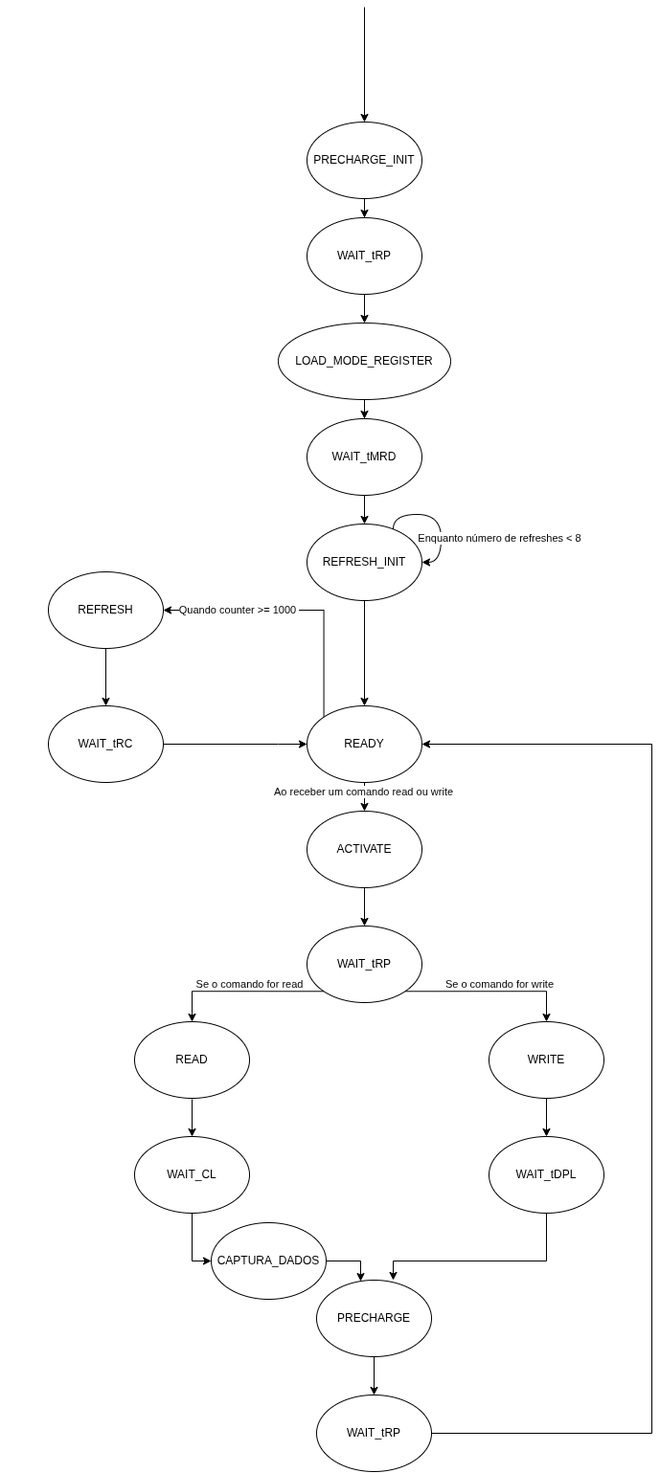
This is DRAM_CONTROLLER/SCHEMAS/DRAM Controller State Machine.png from Okynaua/MC613, a draw.io export, as it was before one commit. Source tidied: cells renumbered, new cells last; positions are measured from the earlier drawing's top-left corner, leaving out a move shared by most shapes. Its diagram source:
```xml
<mxGraphModel>
  <root>
    <mxCell id="0" />
    <mxCell id="1" parent="0" />
    <mxCell id="2" style="ellipse;whiteSpace=wrap;html=1;fillColor=light-dark(#FFFFFF,#FFFFFF);" parent="1" vertex="1">
      <mxGeometry y="1420" width="5" as="geometry" />
    </mxCell>
    <mxCell id="3" style="edgeStyle=orthogonalEdgeStyle;rounded=0;jettySize=auto;html=1;exitX=0.5;exitY=1;exitDx=0;exitDy=0;entryX=0.5;entryY=0;entryDx=0;entryDy=0;" parent="1" edge="1" target="7">
      <mxGeometry relative="1" as="geometry">
        <mxPoint x="380" y="620" as="sourcePoint" />
      </mxGeometry>
    </mxCell>
    <mxCell id="4" value="Quando counter &amp;gt;= 1000&amp;nbsp;" style="edgeStyle=orthogonalEdgeStyle;rounded=0;jettySize=auto;html=1;exitX=0;exitY=0;exitDx=0;exitDy=0;entryX=1;entryY=0.5;entryDx=0;entryDy=0;" parent="1" edge="1" source="7" target="20">
      <mxGeometry x="0.43" relative="1" as="geometry">
        <Array as="points">
          <mxPoint x="338" y="630" />
        </Array>
      </mxGeometry>
    </mxCell>
    <mxCell id="5" style="edgeStyle=orthogonalEdgeStyle;rounded=0;jettySize=auto;html=1;exitX=0.5;exitY=1;exitDx=0;exitDy=0;entryX=0.5;entryY=0;entryDx=0;entryDy=0;" parent="1" edge="1" source="7" target="28">
      <mxGeometry relative="1" as="geometry" />
    </mxCell>
    <mxCell id="6" value="Ao receber um comando read ou write" style="edgeLabel;html=1;align=center;verticalAlign=middle;" parent="5" vertex="1">
      <mxGeometry x="-0.34" y="-2" relative="1" as="geometry" />
    </mxCell>
    <mxCell id="7" value="READY" style="ellipse;whiteSpace=wrap;html=1;" parent="1" vertex="1">
      <mxGeometry x="320" y="730" width="120" height="80" as="geometry" />
    </mxCell>
    <mxCell id="8" style="edgeStyle=orthogonalEdgeStyle;rounded=0;jettySize=auto;html=1;exitX=0;exitY=1;exitDx=0;exitDy=0;entryX=0.5;entryY=0;entryDx=0;entryDy=0;" parent="1" edge="1" source="12" target="14">
      <mxGeometry relative="1" as="geometry" />
    </mxCell>
    <mxCell id="9" value="&lt;div&gt;&lt;span style=&quot;background-color: light-dark(#ffffff, var(--ge-dark-color, #121212)); color: light-dark(rgb(0, 0, 0), rgb(255, 255, 255));&quot;&gt;Se o comando for read&lt;/span&gt;&lt;/div&gt;" style="edgeLabel;html=1;align=center;verticalAlign=middle;" parent="8" vertex="1">
      <mxGeometry x="-0.58" y="-1" relative="1" as="geometry">
        <mxPoint x="-43" y="-7" as="offset" />
      </mxGeometry>
    </mxCell>
    <mxCell id="10" style="edgeStyle=orthogonalEdgeStyle;rounded=0;jettySize=auto;html=1;exitX=1;exitY=1;exitDx=0;exitDy=0;entryX=0.5;entryY=0;entryDx=0;entryDy=0;" parent="1" edge="1" source="12" target="16">
      <mxGeometry relative="1" as="geometry">
        <Array as="points">
          <mxPoint x="570" y="1028" />
        </Array>
      </mxGeometry>
    </mxCell>
    <mxCell id="11" value="&lt;div&gt;&lt;span style=&quot;background-color: light-dark(#ffffff, var(--ge-dark-color, #121212)); color: light-dark(rgb(0, 0, 0), rgb(255, 255, 255));&quot;&gt;Se o comando for write&lt;/span&gt;&lt;/div&gt;" style="edgeLabel;html=1;align=center;verticalAlign=middle;" parent="10" vertex="1">
      <mxGeometry x="-0.07" y="1" relative="1" as="geometry">
        <mxPoint x="13" y="-7" as="offset" />
      </mxGeometry>
    </mxCell>
    <mxCell id="12" value="WAIT_tRP" style="ellipse;whiteSpace=wrap;html=1;" parent="1" vertex="1">
      <mxGeometry x="320" y="960" width="120" height="80" as="geometry" />
    </mxCell>
    <mxCell id="13" style="edgeStyle=orthogonalEdgeStyle;rounded=0;jettySize=auto;html=1;entryX=0.5;entryY=0;entryDx=0;entryDy=0;" parent="1" edge="1" target="25">
      <mxGeometry relative="1" as="geometry">
        <mxPoint x="200" y="1141" as="sourcePoint" />
        <Array as="points">
          <mxPoint x="200" y="1141" />
        </Array>
      </mxGeometry>
    </mxCell>
    <mxCell id="14" value="READ" style="ellipse;whiteSpace=wrap;html=1;" parent="1" vertex="1">
      <mxGeometry x="140" y="1060" width="120" height="80" as="geometry" />
    </mxCell>
    <mxCell id="15" style="edgeStyle=orthogonalEdgeStyle;rounded=0;jettySize=auto;html=1;exitX=0.5;exitY=1;exitDx=0;exitDy=0;entryX=0.5;entryY=0;entryDx=0;entryDy=0;" parent="1" edge="1" source="16" target="23">
      <mxGeometry relative="1" as="geometry" />
    </mxCell>
    <mxCell id="16" value="WRITE" style="ellipse;whiteSpace=wrap;html=1;" parent="1" vertex="1">
      <mxGeometry x="510" y="1060" width="120" height="80" as="geometry" />
    </mxCell>
    <mxCell id="17" style="edgeStyle=orthogonalEdgeStyle;rounded=0;jettySize=auto;html=1;" parent="1" edge="1" source="18" target="38">
      <mxGeometry relative="1" as="geometry" />
    </mxCell>
    <mxCell id="18" value="PRECHARGE" style="ellipse;whiteSpace=wrap;html=1;" parent="1" vertex="1">
      <mxGeometry x="330" y="1330" width="120" height="80" as="geometry" />
    </mxCell>
    <mxCell id="19" style="edgeStyle=orthogonalEdgeStyle;rounded=0;jettySize=auto;html=1;entryX=0.5;entryY=0;entryDx=0;entryDy=0;exitX=0.5;exitY=1;exitDx=0;exitDy=0;" parent="1" edge="1" source="20" target="22">
      <mxGeometry relative="1" as="geometry">
        <Array as="points">
          <mxPoint x="110" y="730" />
          <mxPoint x="110" y="730" />
        </Array>
      </mxGeometry>
    </mxCell>
    <mxCell id="20" value="REFRESH" style="ellipse;whiteSpace=wrap;html=1;" parent="1" vertex="1">
      <mxGeometry x="50" y="590" width="120" height="80" as="geometry" />
    </mxCell>
    <mxCell id="21" style="edgeStyle=orthogonalEdgeStyle;rounded=0;jettySize=auto;html=1;entryX=0;entryY=0.5;entryDx=0;entryDy=0;" parent="1" edge="1" source="22" target="7">
      <mxGeometry relative="1" as="geometry">
        <Array as="points">
          <mxPoint x="290" y="770" />
          <mxPoint x="290" y="770" />
        </Array>
      </mxGeometry>
    </mxCell>
    <mxCell id="22" value="WAIT_tRC" style="ellipse;whiteSpace=wrap;html=1;" parent="1" vertex="1">
      <mxGeometry x="50" y="730" width="120" height="80" as="geometry" />
    </mxCell>
    <mxCell id="23" value="WAIT_tDPL" style="ellipse;whiteSpace=wrap;html=1;" parent="1" vertex="1">
      <mxGeometry x="510" y="1180" width="120" height="80" as="geometry" />
    </mxCell>
    <mxCell id="24" style="edgeStyle=orthogonalEdgeStyle;rounded=0;jettySize=auto;html=1;exitX=0.5;exitY=1;exitDx=0;exitDy=0;" parent="1" edge="1" source="23">
      <mxGeometry relative="1" as="geometry">
        <mxPoint x="410" y="1330" as="targetPoint" />
        <Array as="points">
          <mxPoint x="570" y="1310" />
          <mxPoint x="410" y="1310" />
        </Array>
      </mxGeometry>
    </mxCell>
    <mxCell id="25" value="WAIT_CL" style="ellipse;whiteSpace=wrap;html=1;" parent="1" vertex="1">
      <mxGeometry x="140" y="1180" width="120" height="80" as="geometry" />
    </mxCell>
    <mxCell id="26" style="edgeStyle=orthogonalEdgeStyle;rounded=0;jettySize=auto;html=1;entryX=0;entryY=0.5;entryDx=0;entryDy=0;" parent="1" edge="1" source="25" target="29">
      <mxGeometry relative="1" as="geometry">
        <Array as="points">
          <mxPoint x="200" y="1310" />
        </Array>
      </mxGeometry>
    </mxCell>
    <mxCell id="27" style="edgeStyle=orthogonalEdgeStyle;rounded=0;jettySize=auto;html=1;entryX=0.5;entryY=0;entryDx=0;entryDy=0;" parent="1" edge="1" source="28" target="12">
      <mxGeometry relative="1" as="geometry" />
    </mxCell>
    <mxCell id="28" value="ACTIVATE" style="ellipse;whiteSpace=wrap;html=1;" parent="1" vertex="1">
      <mxGeometry x="320" y="840" width="120" height="80" as="geometry" />
    </mxCell>
    <mxCell id="29" value="CAPTURA_DADOS" style="ellipse;whiteSpace=wrap;html=1;" parent="1" vertex="1">
      <mxGeometry x="220" y="1270" width="120" height="80" as="geometry" />
    </mxCell>
    <mxCell id="30" style="edgeStyle=orthogonalEdgeStyle;rounded=0;jettySize=auto;html=1;exitX=1;exitY=0.5;exitDx=0;exitDy=0;" parent="1" edge="1" source="29" target="18">
      <mxGeometry relative="1" as="geometry">
        <Array as="points">
          <mxPoint x="376" y="1310" />
        </Array>
      </mxGeometry>
    </mxCell>
    <mxCell id="31" style="edgeStyle=orthogonalEdgeStyle;rounded=0;jettySize=auto;html=1;" parent="1" edge="1" source="33" target="40">
      <mxGeometry relative="1" as="geometry" />
    </mxCell>
    <mxCell id="32" style="edgeStyle=orthogonalEdgeStyle;rounded=0;jettySize=auto;html=1;endArrow=none;endFill=0;startArrow=classic;startFill=1;" parent="1" edge="1" source="33">
      <mxGeometry relative="1" as="geometry">
        <mxPoint x="380" as="targetPoint" />
      </mxGeometry>
    </mxCell>
    <mxCell id="33" value="PRECHARGE_INIT" style="ellipse;whiteSpace=wrap;html=1;" parent="1" vertex="1">
      <mxGeometry x="320" y="120" width="120" height="80" as="geometry" />
    </mxCell>
    <mxCell id="34" value="REFRESH_INIT" style="ellipse;whiteSpace=wrap;html=1;" parent="1" vertex="1">
      <mxGeometry x="320" y="540" width="120" height="80" as="geometry" />
    </mxCell>
    <mxCell id="35" style="edgeStyle=orthogonalEdgeStyle;rounded=0;orthogonalLoop=1;jettySize=auto;html=1;entryX=1;entryY=0.5;entryDx=0;entryDy=0;curved=1;" parent="1" edge="1" source="34" target="34">
      <mxGeometry relative="1" as="geometry">
        <Array as="points">
          <mxPoint x="410" y="530" />
          <mxPoint x="460" y="530" />
          <mxPoint x="460" y="580" />
        </Array>
      </mxGeometry>
    </mxCell>
    <mxCell id="36" value="Enquanto número de refreshes &amp;lt; 8" style="edgeLabel;html=1;align=center;verticalAlign=middle;" parent="35" vertex="1">
      <mxGeometry x="0.3" y="-3" relative="1" as="geometry">
        <mxPoint x="63" as="offset" />
      </mxGeometry>
    </mxCell>
    <mxCell id="37" style="edgeStyle=orthogonalEdgeStyle;rounded=0;jettySize=auto;html=1;entryX=1;entryY=0.5;entryDx=0;entryDy=0;" parent="1" edge="1" source="38" target="7">
      <mxGeometry relative="1" as="geometry">
        <Array as="points">
          <mxPoint x="680" y="1490" />
          <mxPoint x="680" y="770" />
        </Array>
      </mxGeometry>
    </mxCell>
    <mxCell id="38" value="WAIT_tRP" style="ellipse;whiteSpace=wrap;html=1;" parent="1" vertex="1">
      <mxGeometry x="330" y="1450" width="120" height="80" as="geometry" />
    </mxCell>
    <mxCell id="39" style="edgeStyle=orthogonalEdgeStyle;rounded=0;jettySize=auto;html=1;" parent="1" edge="1" source="40" target="42">
      <mxGeometry relative="1" as="geometry" />
    </mxCell>
    <mxCell id="40" value="WAIT_tRP" style="ellipse;whiteSpace=wrap;html=1;" parent="1" vertex="1">
      <mxGeometry x="320" y="220" width="120" height="80" as="geometry" />
    </mxCell>
    <mxCell id="41" style="edgeStyle=orthogonalEdgeStyle;rounded=0;jettySize=auto;html=1;" parent="1" edge="1" source="42" target="44">
      <mxGeometry relative="1" as="geometry" />
    </mxCell>
    <mxCell id="42" value="LOAD_MODE_REGISTER" style="ellipse;whiteSpace=wrap;html=1;" parent="1" vertex="1">
      <mxGeometry x="290" y="330" width="180" height="80" as="geometry" />
    </mxCell>
    <mxCell id="43" style="edgeStyle=orthogonalEdgeStyle;rounded=0;jettySize=auto;html=1;" parent="1" edge="1" source="44" target="34">
      <mxGeometry relative="1" as="geometry" />
    </mxCell>
    <mxCell id="44" value="WAIT_tMRD" style="ellipse;whiteSpace=wrap;html=1;" parent="1" vertex="1">
      <mxGeometry x="320" y="430" width="120" height="80" as="geometry" />
    </mxCell>
  </root>
</mxGraphModel>
```
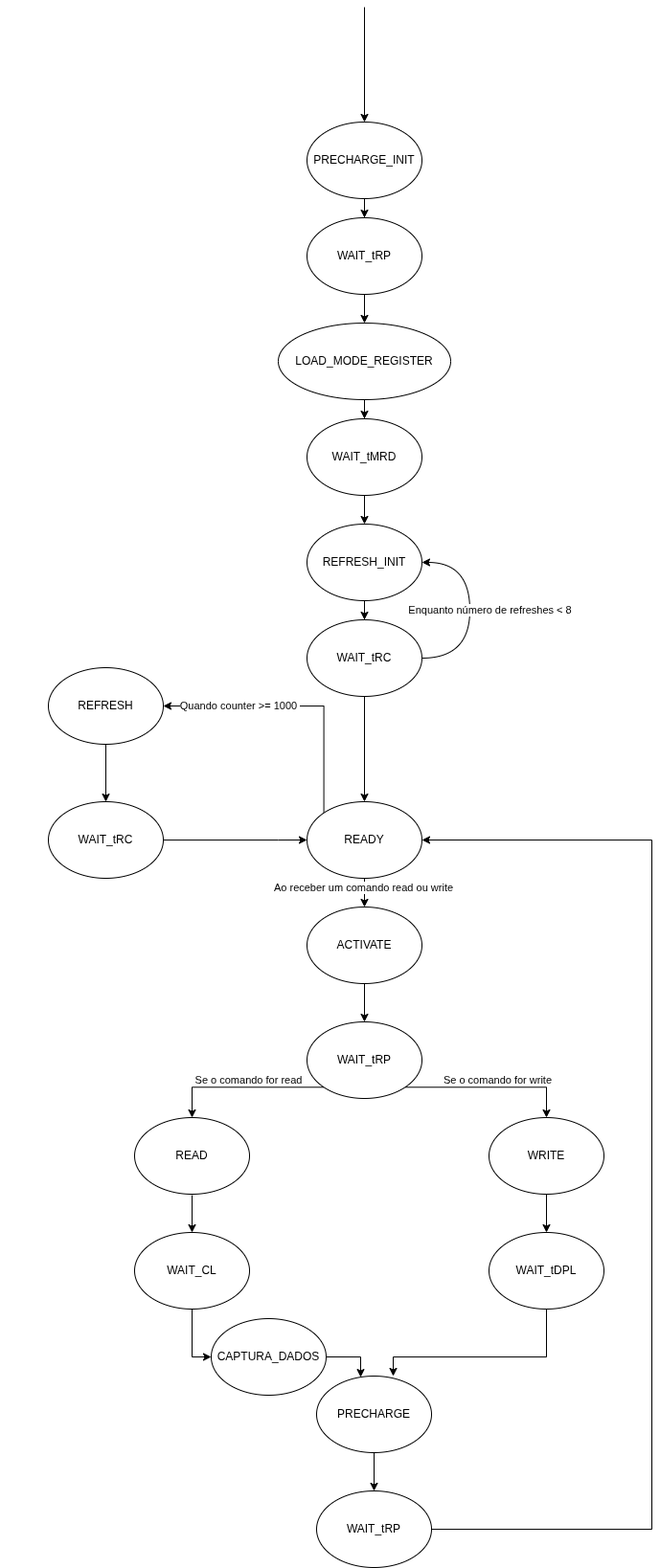
The same file after the commit.

Commit message:
fix: Add wait time after refresh cycle in init

The edit, as a diff of the source:
```diff
@@ -137,27 +137,29 @@
     </mxCell>
     <mxCell id="32" style="edgeStyle=orthogonalEdgeStyle;rounded=0;jettySize=auto;html=1;endArrow=none;endFill=0;startArrow=classic;startFill=1;" parent="1" edge="1" source="33">
       <mxGeometry relative="1" as="geometry">
-        <mxPoint x="380" as="targetPoint" />
+        <mxPoint x="380" y="-100" as="targetPoint" />
       </mxGeometry>
     </mxCell>
     <mxCell id="33" value="PRECHARGE_INIT" style="ellipse;whiteSpace=wrap;html=1;" parent="1" vertex="1">
-      <mxGeometry x="320" y="120" width="120" height="80" as="geometry" />
+      <mxGeometry x="320" y="20" width="120" height="80" as="geometry" />
     </mxCell>
+    <mxCell id="45" style="edgeStyle=orthogonalEdgeStyle;rounded=0;jettySize=auto;html=1;" parent="1" edge="1" source="34" target="46">
+      <mxGeometry relative="1" as="geometry" />
+    </mxCell>
     <mxCell id="34" value="REFRESH_INIT" style="ellipse;whiteSpace=wrap;html=1;" parent="1" vertex="1">
-      <mxGeometry x="320" y="540" width="120" height="80" as="geometry" />
+      <mxGeometry x="320" y="440" width="120" height="80" as="geometry" />
     </mxCell>
-    <mxCell id="35" style="edgeStyle=orthogonalEdgeStyle;rounded=0;orthogonalLoop=1;jettySize=auto;html=1;entryX=1;entryY=0.5;entryDx=0;entryDy=0;curved=1;" parent="1" edge="1" source="34" target="34">
+    <mxCell id="35" style="edgeStyle=orthogonalEdgeStyle;rounded=0;jettySize=auto;html=1;entryX=1;entryY=0.5;entryDx=0;entryDy=0;curved=1;exitX=1;exitY=0.5;exitDx=0;exitDy=0;" parent="1" edge="1" source="46" target="34">
       <mxGeometry relative="1" as="geometry">
         <Array as="points">
-          <mxPoint x="410" y="530" />
-          <mxPoint x="460" y="530" />
-          <mxPoint x="460" y="580" />
+          <mxPoint x="490" y="580" />
+          <mxPoint x="490" y="480" />
         </Array>
       </mxGeometry>
     </mxCell>
     <mxCell id="36" value="Enquanto número de refreshes &amp;lt; 8" style="edgeLabel;html=1;align=center;verticalAlign=middle;" parent="35" vertex="1">
       <mxGeometry x="0.3" y="-3" relative="1" as="geometry">
-        <mxPoint x="63" as="offset" />
+        <mxPoint x="17" y="30" as="offset" />
       </mxGeometry>
     </mxCell>
     <mxCell id="37" style="edgeStyle=orthogonalEdgeStyle;rounded=0;jettySize=auto;html=1;entryX=1;entryY=0.5;entryDx=0;entryDy=0;" parent="1" edge="1" source="38" target="7">
@@ -175,19 +177,22 @@
       <mxGeometry relative="1" as="geometry" />
     </mxCell>
     <mxCell id="40" value="WAIT_tRP" style="ellipse;whiteSpace=wrap;html=1;" parent="1" vertex="1">
-      <mxGeometry x="320" y="220" width="120" height="80" as="geometry" />
+      <mxGeometry x="320" y="120" width="120" height="80" as="geometry" />
     </mxCell>
     <mxCell id="41" style="edgeStyle=orthogonalEdgeStyle;rounded=0;jettySize=auto;html=1;" parent="1" edge="1" source="42" target="44">
       <mxGeometry relative="1" as="geometry" />
     </mxCell>
     <mxCell id="42" value="LOAD_MODE_REGISTER" style="ellipse;whiteSpace=wrap;html=1;" parent="1" vertex="1">
-      <mxGeometry x="290" y="330" width="180" height="80" as="geometry" />
+      <mxGeometry x="290" y="230" width="180" height="80" as="geometry" />
     </mxCell>
     <mxCell id="43" style="edgeStyle=orthogonalEdgeStyle;rounded=0;jettySize=auto;html=1;" parent="1" edge="1" source="44" target="34">
       <mxGeometry relative="1" as="geometry" />
     </mxCell>
     <mxCell id="44" value="WAIT_tMRD" style="ellipse;whiteSpace=wrap;html=1;" parent="1" vertex="1">
-      <mxGeometry x="320" y="430" width="120" height="80" as="geometry" />
+      <mxGeometry x="320" y="330" width="120" height="80" as="geometry" />
     </mxCell>
+    <mxCell id="46" value="WAIT_tRC" style="ellipse;whiteSpace=wrap;html=1;" parent="1" vertex="1">
+      <mxGeometry x="320" y="540" width="120" height="80" as="geometry" />
+    </mxCell>
   </root>
 </mxGraphModel>
```
